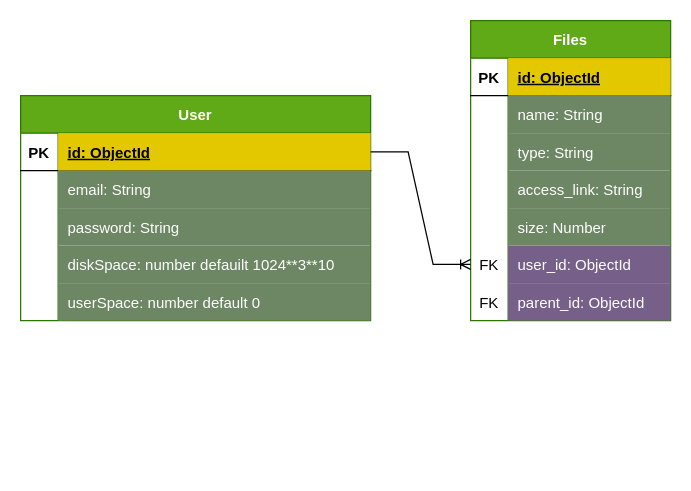
Above: DB.drawio in bipolar0wl/MERN-cloud-disk (draw.io), before the change. Source tidied: cells renumbered, new cells numbered last; positions are measured from the earlier drawing's top-left corner, leaving out a move shared by most shapes. Both pictures are drawn from the tidied source at 125%, with x=0, y=0 at pixel (20, 20).
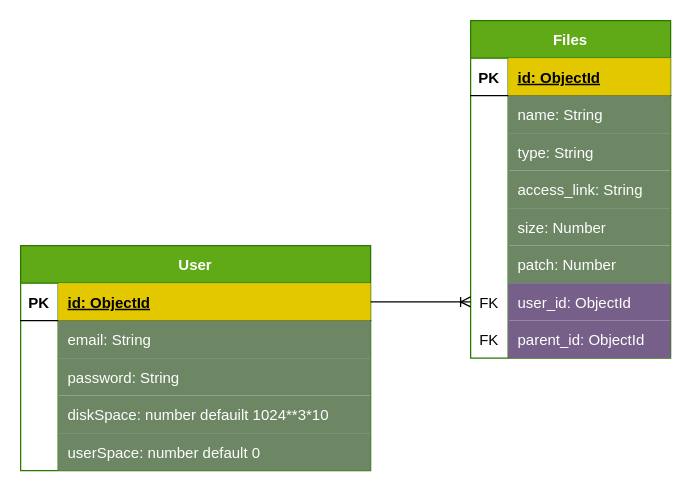
The same page after the edit.

The change refers to these unchanged cells:
```xml
<mxCell id="12" style="shape=tableRow;horizontal=0;startSize=0;swimlaneHead=0;swimlaneBody=0;fillColor=none;top=0;left=0;right=0;bottom=0;" parent="2" vertex="1">
  <mxGeometry y="120" width="280" height="30" as="geometry" />
</mxCell>
```

Change to the diagram source:
```diff
@@
     <mxCell id="2" value="User" style="shape=table;startSize=30;childLayout=tableLayout;rowLines=0;fontStyle=1;align=center;fillColor=#60a917;fontColor=#ffffff;strokeColor=#2D7600;" parent="1" vertex="1">
-      <mxGeometry y="60" width="280" height="180" as="geometry" />
+      <mxGeometry y="180" width="280" height="180" as="geometry" />
     </mxCell>
@@
-    <mxCell id="14" value="diskSpace: number defauilt 1024**3**10" style="shape=partialRectangle;fillColor=#6d8764;top=0;left=0;bottom=0;right=0;align=left;spacingLeft=6;overflow=hidden;fontColor=#ffffff;strokeColor=#3A5431;" parent="12" vertex="1">
+    <mxCell id="14" value="diskSpace: number defauilt 1024**3*10" style="shape=partialRectangle;fillColor=#6d8764;top=0;left=0;bottom=0;right=0;align=left;spacingLeft=6;overflow=hidden;fontColor=#ffffff;strokeColor=#3A5431;" parent="12" vertex="1">
       <mxGeometry x="30" width="250" height="30" as="geometry" />
     </mxCell>
@@
     <mxCell id="18" value="Files" style="shape=table;startSize=30;childLayout=tableLayout;rowLines=0;fontStyle=1;align=center;fillColor=#60a917;fontColor=#ffffff;strokeColor=#2D7600;" parent="1" vertex="1">
-      <mxGeometry x="360" width="160" height="240" as="geometry" />
+      <mxGeometry x="360" width="160" height="270" as="geometry" />
     </mxCell>
@@
+    <mxCell id="41" style="shape=tableRow;horizontal=0;startSize=0;swimlaneHead=0;swimlaneBody=0;fillColor=none;top=0;left=0;right=0;bottom=0;" parent="18" vertex="1">
+      <mxGeometry y="180" width="160" height="30" as="geometry" />
+    </mxCell>
+    <mxCell id="42" style="shape=partialRectangle;fillColor=none;top=0;left=0;bottom=0;right=0;overflow=hidden;" parent="41" vertex="1">
+      <mxGeometry width="30" height="30" as="geometry" />
+    </mxCell>
+    <mxCell id="43" value="patch: Number" style="shape=partialRectangle;fillColor=#6d8764;top=0;left=0;bottom=0;right=0;align=left;spacingLeft=6;overflow=hidden;fontColor=#ffffff;strokeColor=#3A5431;" parent="41" vertex="1">
+      <mxGeometry x="30" width="130" height="30" as="geometry" />
+    </mxCell>
     <mxCell id="34" style="shape=tableRow;horizontal=0;startSize=0;swimlaneHead=0;swimlaneBody=0;fillColor=none;points=[[0,0.5],[1,0.5]];portConstraint=eastwest;top=0;left=0;right=0;bottom=0;" parent="18" vertex="1">
-      <mxGeometry y="180" width="160" height="30" as="geometry" />
+      <mxGeometry y="210" width="160" height="30" as="geometry" />
     </mxCell>
@@
     <mxCell id="37" style="shape=tableRow;horizontal=0;startSize=0;swimlaneHead=0;swimlaneBody=0;fillColor=none;top=0;left=0;right=0;bottom=0;" parent="18" vertex="1">
-      <mxGeometry y="210" width="160" height="30" as="geometry" />
+      <mxGeometry y="240" width="160" height="30" as="geometry" />
     </mxCell>
```
